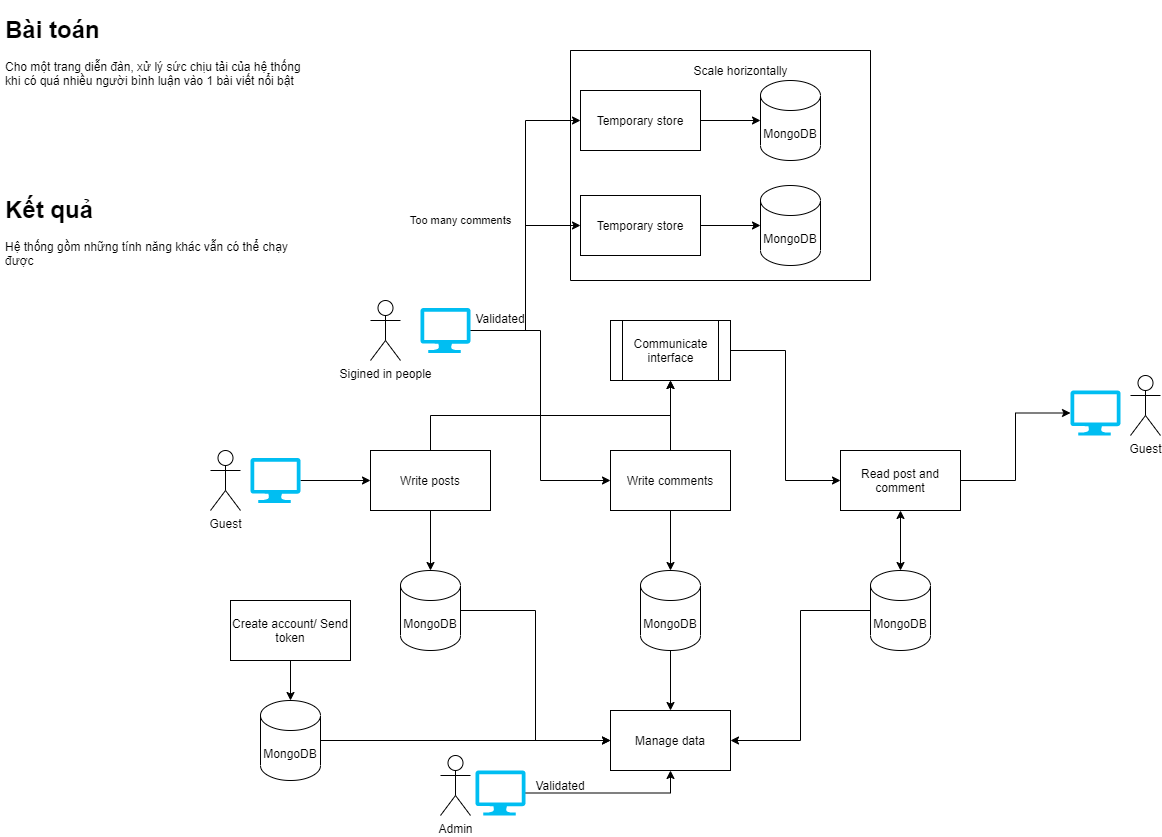
phuchoang2411/ManageForumComments keeps this draw.io diagram as Diagram.drawio.png. Above is the earlier version. Source tidied: cells renumbered, new cells last; positions are measured from the earlier drawing's top-left corner, leaving out a move shared by most shapes.
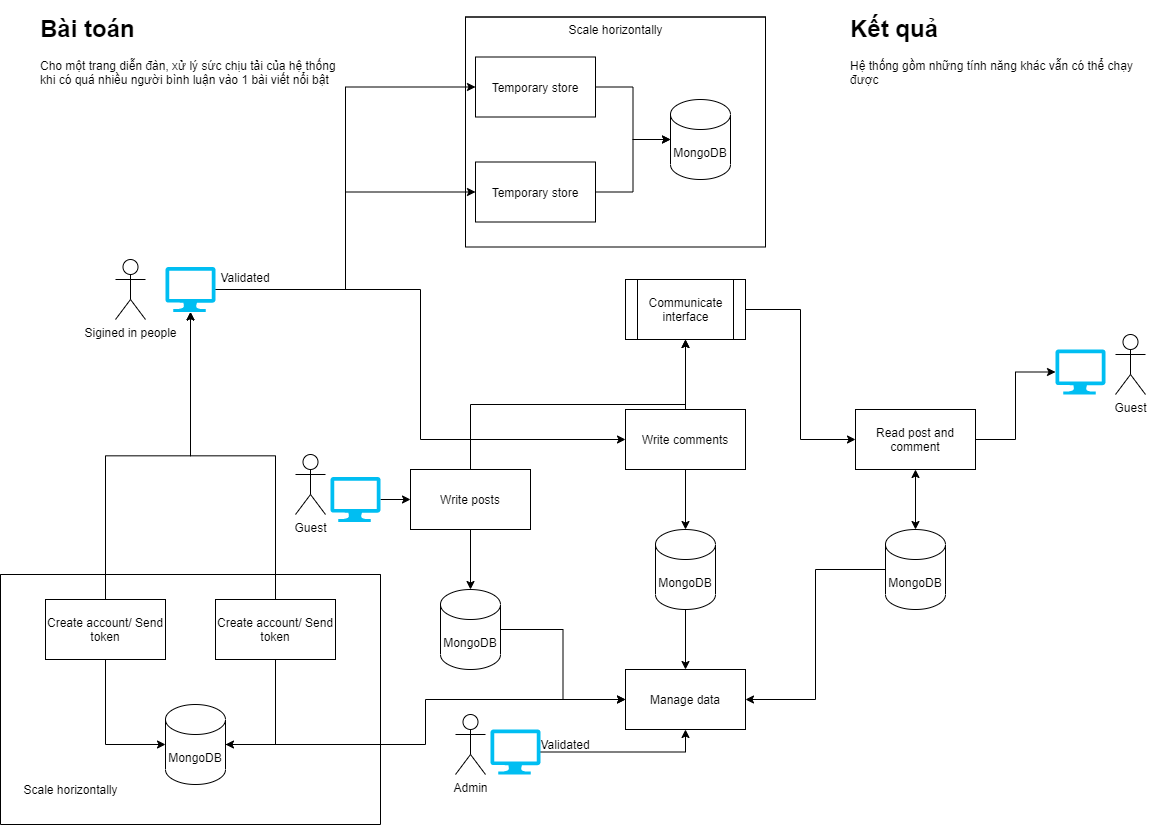
The same file after the commit.

What changed in the source:
```diff
@@ -6,7 +6,7 @@
       <mxGeometry relative="1" as="geometry" />
     </mxCell>
     <mxCell id="3" value="Write posts" style="rounded=0;whiteSpace=wrap;html=1;" parent="1" vertex="1">
-      <mxGeometry x="370" y="440" width="120" height="60" as="geometry" />
+      <mxGeometry x="395" y="500" width="120" height="60" as="geometry" />
     </mxCell>
     <mxCell id="4" style="edgeStyle=orthogonalEdgeStyle;rounded=0;jettySize=auto;html=1;startArrow=none;startFill=0;" parent="1" edge="1" source="5">
       <mxGeometry relative="1" as="geometry">
@@ -32,7 +32,7 @@
       <mxGeometry relative="1" as="geometry" />
     </mxCell>
     <mxCell id="11" value="MongoDB" style="shape=cylinder3;whiteSpace=wrap;html=1;boundedLbl=1;backgroundOutline=1;size=15;" parent="1" vertex="1">
-      <mxGeometry x="400" y="560" width="60" height="80" as="geometry" />
+      <mxGeometry x="425" y="620" width="60" height="80" as="geometry" />
     </mxCell>
     <mxCell id="12" style="edgeStyle=orthogonalEdgeStyle;rounded=0;jettySize=auto;html=1;startArrow=classic;startFill=1;endArrow=none;endFill=0;" parent="1" edge="1" source="14" target="5">
       <mxGeometry relative="1" as="geometry" />
@@ -53,69 +53,61 @@
       <mxGeometry x="870" y="560" width="60" height="80" as="geometry" />
     </mxCell>
     <mxCell id="18" value="Guest" style="shape=umlActor;verticalLabelPosition=bottom;verticalAlign=top;html=1;" parent="1" vertex="1">
-      <mxGeometry x="1130" y="365" width="30" height="60" as="geometry" />
+      <mxGeometry x="1100" y="365" width="30" height="60" as="geometry" />
     </mxCell>
     <mxCell id="19" value="Communicate interface" style="shape=process;whiteSpace=wrap;html=1;backgroundOutline=1;fontFamily=Helvetica;fontSize=12;fontColor=#000000;align=center;strokeColor=#000000;fillColor=#ffffff;" parent="1" vertex="1">
       <mxGeometry x="610" y="310" width="120" height="60" as="geometry" />
     </mxCell>
     <mxCell id="20" value="Guest" style="shape=umlActor;verticalLabelPosition=bottom;verticalAlign=top;html=1;" parent="1" vertex="1">
-      <mxGeometry x="210" y="440" width="30" height="60" as="geometry" />
+      <mxGeometry x="280" y="485" width="30" height="60" as="geometry" />
     </mxCell>
     <mxCell id="21" value="Sigined in people" style="shape=umlActor;verticalLabelPosition=bottom;verticalAlign=top;html=1;" parent="1" vertex="1">
-      <mxGeometry x="370" y="290" width="30" height="60" as="geometry" />
+      <mxGeometry x="100" y="290" width="30" height="60" as="geometry" />
     </mxCell>
     <mxCell id="22" style="edgeStyle=orthogonalEdgeStyle;rounded=0;jettySize=auto;html=1;entryX=0;entryY=0.5;entryDx=0;entryDy=0;startArrow=none;startFill=0;endArrow=classic;endFill=1;" parent="1" edge="1" source="25" target="5">
       <mxGeometry relative="1" as="geometry" />
     </mxCell>
-    <mxCell id="23" value="Too many comments" style="edgeStyle=orthogonalEdgeStyle;rounded=0;jettySize=auto;html=1;entryX=0;entryY=0.5;entryDx=0;entryDy=0;startArrow=none;startFill=0;endArrow=classic;endFill=1;" parent="1" edge="1" source="25" target="33">
-      <mxGeometry x="0.03" y="65" relative="1" as="geometry">
-        <Array as="points">
-          <mxPoint x="525" y="320" />
-          <mxPoint x="525" y="110" />
-        </Array>
-      </mxGeometry>
+    <mxCell id="23" style="edgeStyle=orthogonalEdgeStyle;rounded=0;jettySize=auto;html=1;entryX=0;entryY=0.5;entryDx=0;entryDy=0;" parent="1" edge="1" source="25" target="33">
+      <mxGeometry relative="1" as="geometry" />
     </mxCell>
-    <mxCell id="24" style="edgeStyle=orthogonalEdgeStyle;rounded=0;jettySize=auto;html=1;entryX=0;entryY=0.5;entryDx=0;entryDy=0;startArrow=none;startFill=0;endArrow=classic;endFill=1;" parent="1" edge="1" source="25" target="32">
+    <mxCell id="24" style="edgeStyle=orthogonalEdgeStyle;rounded=0;jettySize=auto;html=1;entryX=0;entryY=0.5;entryDx=0;entryDy=0;" parent="1" edge="1" source="25" target="32">
       <mxGeometry relative="1" as="geometry" />
     </mxCell>
     <mxCell id="25" style="verticalLabelPosition=bottom;html=1;verticalAlign=top;align=center;strokeColor=none;fillColor=#00BEF2;shape=mxgraph.azure.computer;" parent="1" vertex="1">
-      <mxGeometry x="420" y="297.5" width="50" height="45" as="geometry" />
+      <mxGeometry x="150" y="297.5" width="50" height="45" as="geometry" />
     </mxCell>
     <mxCell id="26" style="verticalLabelPosition=bottom;html=1;verticalAlign=top;align=center;strokeColor=none;fillColor=#00BEF2;shape=mxgraph.azure.computer;" parent="1" vertex="1">
-      <mxGeometry x="1070" y="380" width="50" height="45" as="geometry" />
+      <mxGeometry x="1040" y="380" width="50" height="45" as="geometry" />
     </mxCell>
-    <mxCell id="27" style="edgeStyle=orthogonalEdgeStyle;rounded=0;jettySize=auto;html=1;entryX=0;entryY=0.5;entryDx=0;entryDy=0;entryPerimeter=0;startArrow=none;startFill=0;endArrow=classic;endFill=1;" parent="1" edge="1" source="33" target="28">
-      <mxGeometry relative="1" as="geometry" />
-    </mxCell>
-    <mxCell id="28" value="MongoDB" style="shape=cylinder3;whiteSpace=wrap;html=1;boundedLbl=1;backgroundOutline=1;size=15;" parent="1" vertex="1">
-      <mxGeometry x="760" y="70" width="60" height="80" as="geometry" />
-    </mxCell>
     <mxCell id="29" style="edgeStyle=orthogonalEdgeStyle;rounded=0;jettySize=auto;html=1;startArrow=none;startFill=0;endArrow=classic;endFill=1;" parent="1" edge="1" source="30" target="3">
       <mxGeometry relative="1" as="geometry" />
     </mxCell>
     <mxCell id="30" style="verticalLabelPosition=bottom;html=1;verticalAlign=top;align=center;strokeColor=none;fillColor=#00BEF2;shape=mxgraph.azure.computer;" parent="1" vertex="1">
-      <mxGeometry x="250" y="447.5" width="50" height="45" as="geometry" />
+      <mxGeometry x="315" y="507.5" width="50" height="45" as="geometry" />
     </mxCell>
     <mxCell id="31" style="swimlane;startSize=0;" parent="1" vertex="1">
-      <mxGeometry x="570" y="40" width="300" height="230" as="geometry" />
+      <mxGeometry x="450" y="47.5" width="300" height="230" as="geometry" />
     </mxCell>
+    <mxCell id="49" style="edgeStyle=orthogonalEdgeStyle;rounded=0;jettySize=auto;html=1;entryX=0;entryY=0.5;entryDx=0;entryDy=0;entryPerimeter=0;" parent="31" edge="1" source="32" target="28">
+      <mxGeometry relative="1" as="geometry" />
+    </mxCell>
     <mxCell id="32" value="Temporary store" style="rounded=0;whiteSpace=wrap;html=1;" parent="31" vertex="1">
       <mxGeometry x="10" y="145" width="120" height="60" as="geometry" />
     </mxCell>
     <mxCell id="33" value="Temporary store" style="rounded=0;whiteSpace=wrap;html=1;" parent="31" vertex="1">
       <mxGeometry x="10" y="40" width="120" height="60" as="geometry" />
     </mxCell>
-    <mxCell id="34" value="MongoDB" style="shape=cylinder3;whiteSpace=wrap;html=1;boundedLbl=1;backgroundOutline=1;size=15;" parent="31" vertex="1">
-      <mxGeometry x="190" y="135" width="60" height="80" as="geometry" />
-    </mxCell>
-    <mxCell id="35" style="edgeStyle=orthogonalEdgeStyle;rounded=0;jettySize=auto;html=1;entryX=0;entryY=0.5;entryDx=0;entryDy=0;entryPerimeter=0;startArrow=none;startFill=0;endArrow=classic;endFill=1;" parent="31" edge="1" source="32" target="34">
-      <mxGeometry relative="1" as="geometry" />
-    </mxCell>
+    <mxCell id="28" value="MongoDB" style="shape=cylinder3;whiteSpace=wrap;html=1;boundedLbl=1;backgroundOutline=1;size=15;" parent="31" vertex="1">
+      <mxGeometry x="205" y="82.5" width="60" height="80" as="geometry" />
+    </mxCell>
+    <mxCell id="27" style="edgeStyle=orthogonalEdgeStyle;rounded=0;jettySize=auto;html=1;entryX=0;entryY=0.5;entryDx=0;entryDy=0;entryPerimeter=0;startArrow=none;startFill=0;endArrow=classic;endFill=1;" parent="31" edge="1" source="33" target="28">
+      <mxGeometry relative="1" as="geometry" />
+    </mxCell>
-    <mxCell id="36" value="Scale horizontally" style="text;html=1;align=center;verticalAlign=middle;strokeColor=none;fillColor=none;" parent="1" vertex="1">
-      <mxGeometry x="685" y="50" width="110" height="20" as="geometry" />
+    <mxCell id="36" value="Scale horizontally" style="text;html=1;align=center;verticalAlign=middle;strokeColor=none;fillColor=none;" parent="31" vertex="1">
+      <mxGeometry x="95" y="2.5" width="110" height="20" as="geometry" />
     </mxCell>
     <mxCell id="37" value="&lt;h1&gt;Bài toán&lt;/h1&gt;&lt;p&gt;Cho một trang diễn đàn, xử lý sức chịu tải của hệ thống khi có quá nhiều người bình luận vào 1 bài viết nổi bật&lt;/p&gt;" style="text;html=1;strokeColor=none;fillColor=none;spacing=5;spacingTop=-20;whiteSpace=wrap;overflow=hidden;rounded=0;" parent="1" vertex="1">
-      <mxGeometry width="310" height="140" as="geometry" />
+      <mxGeometry x="20" y="40" width="310" height="140" as="geometry" />
     </mxCell>
     <mxCell id="38" value="Admin" style="shape=umlActor;verticalLabelPosition=bottom;verticalAlign=top;html=1;" parent="1" vertex="1">
       <mxGeometry x="440" y="745" width="30" height="60" as="geometry" />
@@ -130,25 +122,43 @@
       <mxGeometry x="475" y="760" width="50" height="45" as="geometry" />
     </mxCell>
     <mxCell id="42" value="Validated" style="text;html=1;strokeColor=none;fillColor=none;align=center;verticalAlign=middle;whiteSpace=wrap;rounded=0;" parent="1" vertex="1">
-      <mxGeometry x="480" y="297.5" width="40" height="20" as="geometry" />
+      <mxGeometry x="210" y="297.5" width="40" height="20" as="geometry" />
     </mxCell>
     <mxCell id="43" value="Validated" style="text;html=1;strokeColor=none;fillColor=none;align=center;verticalAlign=middle;whiteSpace=wrap;rounded=0;" parent="1" vertex="1">
-      <mxGeometry x="540" y="765" width="40" height="20" as="geometry" />
+      <mxGeometry x="530" y="765" width="40" height="20" as="geometry" />
     </mxCell>
+    <mxCell id="46" style="edgeStyle=orthogonalEdgeStyle;rounded=0;jettySize=auto;html=1;entryX=0;entryY=0.5;entryDx=0;entryDy=0;startArrow=none;startFill=0;endArrow=classic;endFill=1;" parent="1" edge="1" source="47" target="39">
+      <mxGeometry relative="1" as="geometry" />
+    </mxCell>
+    <mxCell id="48" value="&lt;h1&gt;Kết quả&lt;/h1&gt;&lt;p&gt;Hệ thống gồm những tính năng khác vẫn có thể chạy được&lt;/p&gt;" style="text;html=1;strokeColor=none;fillColor=none;spacing=5;spacingTop=-20;whiteSpace=wrap;overflow=hidden;rounded=0;" parent="1" vertex="1">
+      <mxGeometry x="830" y="40" width="310" height="140" as="geometry" />
+    </mxCell>
+    <mxCell id="50" style="swimlane;startSize=0;" parent="1" vertex="1">
+      <mxGeometry x="-15" y="605" width="380" height="250" as="geometry" />
+    </mxCell>
-    <mxCell id="44" style="edgeStyle=orthogonalEdgeStyle;rounded=0;jettySize=auto;html=1;startArrow=none;startFill=0;endArrow=classic;endFill=1;" parent="1" edge="1" source="45" target="47">
+    <mxCell id="44" style="edgeStyle=orthogonalEdgeStyle;rounded=0;jettySize=auto;html=1;entryX=0;entryY=0.5;entryDx=0;entryDy=0;entryPerimeter=0;" parent="50" edge="1" source="45" target="47">
       <mxGeometry relative="1" as="geometry" />
     </mxCell>
-    <mxCell id="45" value="Create account/ Send token" style="rounded=0;whiteSpace=wrap;html=1;" parent="1" vertex="1">
-      <mxGeometry x="230" y="590" width="120" height="60" as="geometry" />
+    <mxCell id="45" value="Create account/ Send token" style="rounded=0;whiteSpace=wrap;html=1;" parent="50" vertex="1">
+      <mxGeometry x="45" y="25" width="120" height="60" as="geometry" />
     </mxCell>
-    <mxCell id="46" style="edgeStyle=orthogonalEdgeStyle;rounded=0;jettySize=auto;html=1;entryX=0;entryY=0.5;entryDx=0;entryDy=0;startArrow=none;startFill=0;endArrow=classic;endFill=1;" parent="1" edge="1" source="47" target="39">
-      <mxGeometry relative="1" as="geometry" />
-    </mxCell>
-    <mxCell id="47" value="MongoDB" style="shape=cylinder3;whiteSpace=wrap;html=1;boundedLbl=1;backgroundOutline=1;size=15;" parent="1" vertex="1">
-      <mxGeometry x="260" y="690" width="60" height="80" as="geometry" />
+    <mxCell id="47" value="MongoDB" style="shape=cylinder3;whiteSpace=wrap;html=1;boundedLbl=1;backgroundOutline=1;size=15;" parent="50" vertex="1">
+      <mxGeometry x="165" y="130" width="60" height="80" as="geometry" />
     </mxCell>
-    <mxCell id="48" value="&lt;h1&gt;Kết quả&lt;/h1&gt;&lt;p&gt;Hệ thống gồm những tính năng khác vẫn có thể chạy được&lt;/p&gt;" style="text;html=1;strokeColor=none;fillColor=none;spacing=5;spacingTop=-20;whiteSpace=wrap;overflow=hidden;rounded=0;" parent="1" vertex="1">
-      <mxGeometry y="180" width="310" height="140" as="geometry" />
-    </mxCell>
+    <mxCell id="51" style="edgeStyle=orthogonalEdgeStyle;rounded=0;jettySize=auto;html=1;entryX=1;entryY=0.5;entryDx=0;entryDy=0;entryPerimeter=0;" parent="50" edge="1" source="52" target="47">
+      <mxGeometry relative="1" as="geometry" />
+    </mxCell>
+    <mxCell id="52" value="Create account/ Send token" style="rounded=0;whiteSpace=wrap;html=1;" parent="50" vertex="1">
+      <mxGeometry x="215" y="25" width="120" height="60" as="geometry" />
+    </mxCell>
+    <mxCell id="53" value="Scale horizontally" style="text;html=1;align=center;verticalAlign=middle;strokeColor=none;fillColor=none;" parent="50" vertex="1">
+      <mxGeometry x="15" y="205" width="110" height="20" as="geometry" />
+    </mxCell>
+    <mxCell id="54" style="edgeStyle=orthogonalEdgeStyle;rounded=0;jettySize=auto;html=1;entryX=0.5;entryY=1;entryDx=0;entryDy=0;entryPerimeter=0;" parent="1" edge="1" source="45" target="25">
+      <mxGeometry relative="1" as="geometry" />
+    </mxCell>
+    <mxCell id="55" style="edgeStyle=orthogonalEdgeStyle;rounded=0;jettySize=auto;html=1;entryX=0.5;entryY=1;entryDx=0;entryDy=0;entryPerimeter=0;" parent="1" edge="1" source="52" target="25">
+      <mxGeometry relative="1" as="geometry" />
+    </mxCell>
   </root>
 </mxGraphModel>
```
